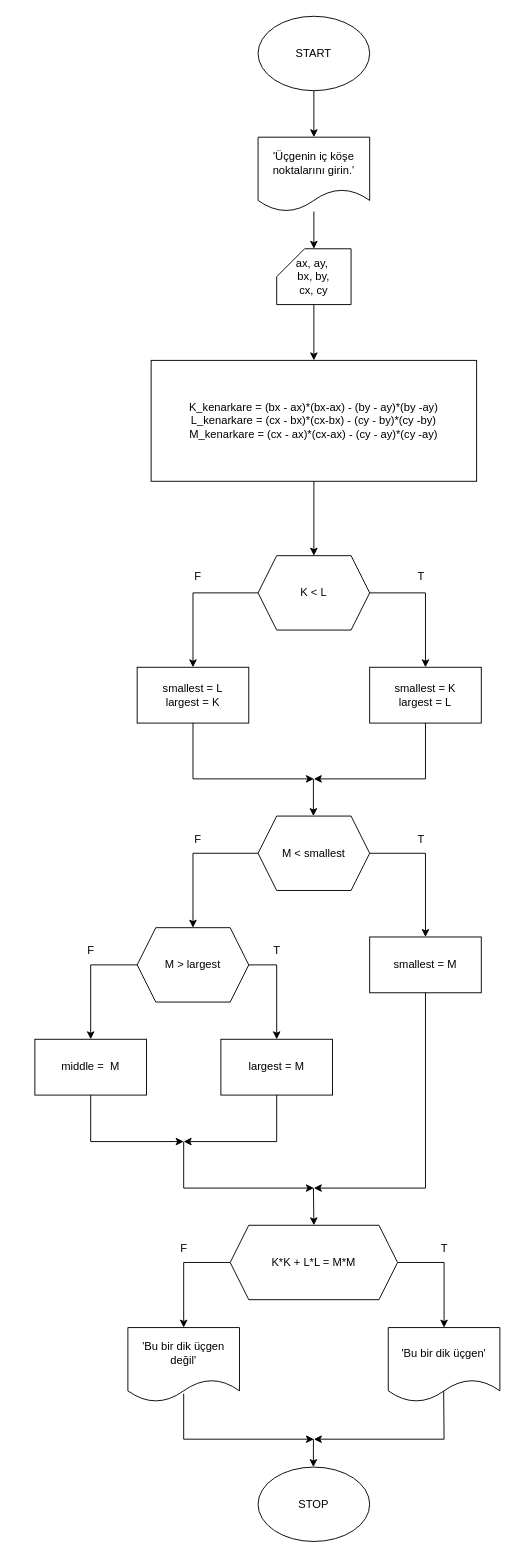
This is yeniDikUcgen.drawio from zeyneppkts/flow-charts, a draw.io file, before an edit. Source tidied: cells renumbered, new cells numbered last; positions are measured from the earlier drawing's top-left corner, leaving out a move shared by most shapes. Both pictures are drawn from the tidied source at 93%, with x=0, y=0 at pixel (34, 16).
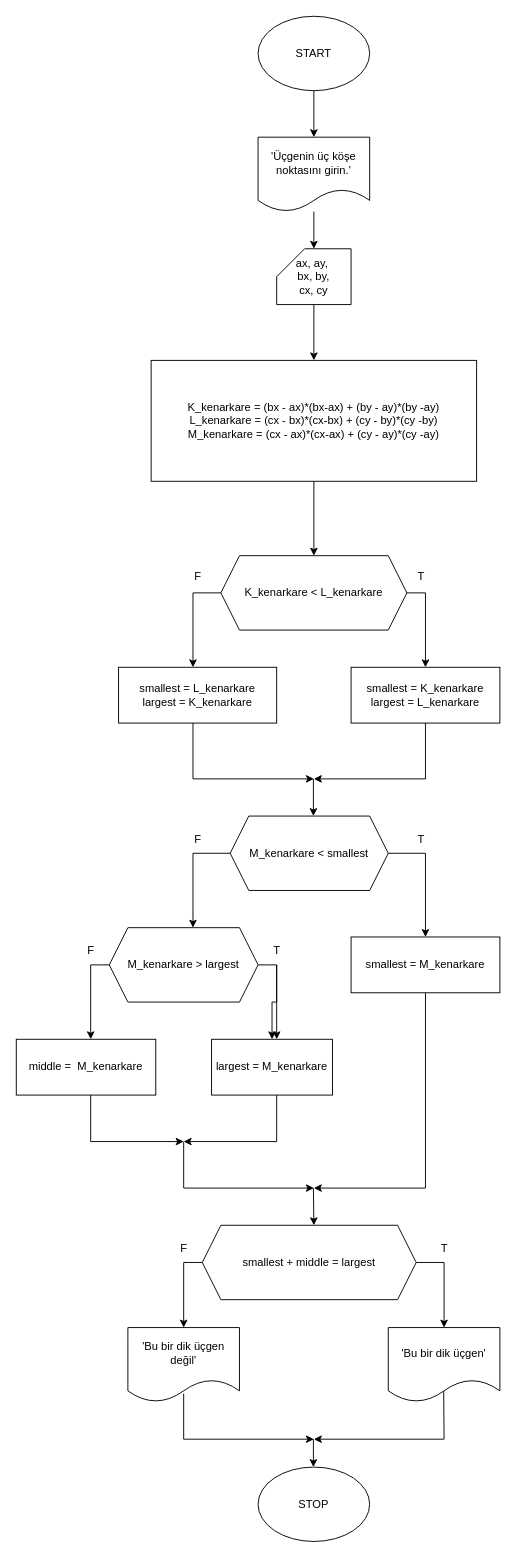
Above is the later version.

The change refers to these unchanged cells:
```xml
<mxCell id="36" value="T" style="text;html=1;align=center;verticalAlign=middle;points=[];strokeColor=none;fillColor=none;" parent="1" vertex="1">
  <mxGeometry x="245" y="990" width="30" height="30" as="geometry" />
</mxCell>
```

Diff of the diagram source:
```diff
@@
-    <mxCell id="5" value="'Üçgenin iç köşe noktalarını girin.'" style="shape=document;whiteSpace=wrap;html=1;boundedLbl=1;" parent="1" vertex="1">
+    <mxCell id="5" value="'Üçgenin üç köşe noktasını girin.'" style="shape=document;whiteSpace=wrap;html=1;boundedLbl=1;" parent="1" vertex="1">
       <mxGeometry x="240" y="130" width="120" height="80" as="geometry" />
     </mxCell>
@@
-    <mxCell id="9" value="&lt;div&gt;K_kenarkare = (bx - ax)*(bx-ax) - (by - ay)*(by -ay)&lt;/div&gt;&lt;div&gt;L_kenarkare = (cx - bx)*(cx-bx) - (cy - by)*(cy -by)&lt;/div&gt;&lt;div&gt;M_kenarkare = (cx - ax)*(cx-ax) - (cy - ay)*(cy -ay)&lt;/div&gt;" style="rounded=0;whiteSpace=wrap;html=1;" parent="1" vertex="1">
+    <mxCell id="9" value="&lt;div&gt;K_kenarkare = (bx - ax)*(bx-ax) + (by - ay)*(by -ay)&lt;/div&gt;&lt;div&gt;L_kenarkare = (cx - bx)*(cx-bx) + (cy - by)*(cy -by)&lt;/div&gt;&lt;div&gt;M_kenarkare = (cx - ax)*(cx-ax) + (cy - ay)*(cy -ay)&lt;/div&gt;" style="rounded=0;whiteSpace=wrap;html=1;" parent="1" vertex="1">
       <mxGeometry x="125" y="370" width="350" height="130" as="geometry" />
     </mxCell>
-    <mxCell id="10" value="K &amp;lt; L" style="shape=hexagon;perimeter=hexagonPerimeter2;whiteSpace=wrap;html=1;fixedSize=1;" parent="1" vertex="1">
-      <mxGeometry x="240" y="580" width="120" height="80" as="geometry" />
+    <mxCell id="10" value="K_kenarkare &amp;lt; L_kenarkare" style="shape=hexagon;perimeter=hexagonPerimeter2;whiteSpace=wrap;html=1;fixedSize=1;" parent="1" vertex="1">
+      <mxGeometry x="200" y="580" width="200" height="80" as="geometry" />
     </mxCell>
@@
-    <mxCell id="12" style="endArrow=classic;html=1;rounded=0;" parent="1" edge="1">
+    <mxCell id="12" style="endArrow=classic;html=1;rounded=0;exitX=0;exitY=0.5;exitDx=0;exitDy=0;" parent="1" edge="1" source="10">
       <mxGeometry relative="1" as="geometry">
-        <mxPoint x="240" y="620" as="sourcePoint" />
         <mxPoint x="170" y="700" as="targetPoint" />
         <Array as="points">
           <mxPoint x="170" y="620" />
         </Array>
       </mxGeometry>
     </mxCell>
@@
-    <mxCell id="15" value="&lt;div&gt;smallest = K&lt;/div&gt;&lt;div&gt;largest = L&lt;br&gt;&lt;/div&gt;" style="rounded=0;whiteSpace=wrap;html=1;" parent="1" vertex="1">
-      <mxGeometry x="360" y="700" width="120" height="60" as="geometry" />
+    <mxCell id="15" value="&lt;div&gt;smallest = K_kenarkare&lt;/div&gt;&lt;div&gt;largest = L_kenarkare&lt;br&gt;&lt;/div&gt;" style="rounded=0;whiteSpace=wrap;html=1;" parent="1" vertex="1">
+      <mxGeometry x="340" y="700" width="160" height="60" as="geometry" />
     </mxCell>
-    <mxCell id="16" value="&lt;div&gt;smallest = L&lt;/div&gt;&lt;div&gt;largest = K&lt;br&gt;&lt;/div&gt;" style="rounded=0;whiteSpace=wrap;html=1;" parent="1" vertex="1">
-      <mxGeometry x="110" y="700" width="120" height="60" as="geometry" />
+    <mxCell id="16" value="&lt;div&gt;smallest = L_kenarkare&lt;/div&gt;&lt;div&gt;largest = K_kenarkare&lt;br&gt;&lt;/div&gt;" style="rounded=0;whiteSpace=wrap;html=1;" parent="1" vertex="1">
+      <mxGeometry x="90" y="700" width="170" height="60" as="geometry" />
     </mxCell>
@@
-    <mxCell id="20" value="M &amp;lt; smallest" style="shape=hexagon;perimeter=hexagonPerimeter2;whiteSpace=wrap;html=1;fixedSize=1;" parent="1" vertex="1">
-      <mxGeometry x="240" y="860" width="120" height="80" as="geometry" />
+    <mxCell id="20" value="M_kenarkare &amp;lt; smallest" style="shape=hexagon;perimeter=hexagonPerimeter2;whiteSpace=wrap;html=1;fixedSize=1;" parent="1" vertex="1">
+      <mxGeometry x="210" y="860" width="170" height="80" as="geometry" />
     </mxCell>
-    <mxCell id="21" style="endArrow=classic;html=1;rounded=0;entryX=0.5;entryY=0;entryDx=0;entryDy=0;" parent="1" edge="1" target="23">
+    <mxCell id="21" style="endArrow=classic;html=1;rounded=0;entryX=0.5;entryY=0;entryDx=0;entryDy=0;exitX=1;exitY=0.5;exitDx=0;exitDy=0;" parent="1" edge="1" source="20" target="23">
       <mxGeometry relative="1" as="geometry">
-        <mxPoint x="360" y="900" as="sourcePoint" />
         <Array as="points">
           <mxPoint x="420" y="900" />
         </Array>
       </mxGeometry>
     </mxCell>
-    <mxCell id="22" style="endArrow=classic;html=1;rounded=0;" parent="1" edge="1">
+    <mxCell id="22" style="endArrow=classic;html=1;rounded=0;exitX=0;exitY=0.5;exitDx=0;exitDy=0;" parent="1" edge="1" source="20">
       <mxGeometry relative="1" as="geometry">
-        <mxPoint x="240" y="900" as="sourcePoint" />
         <mxPoint x="170" y="980" as="targetPoint" />
         <Array as="points">
           <mxPoint x="170" y="900" />
         </Array>
       </mxGeometry>
     </mxCell>
-    <mxCell id="23" value="smallest = M" style="rounded=0;whiteSpace=wrap;html=1;" parent="1" vertex="1">
-      <mxGeometry x="360" y="990" width="120" height="60" as="geometry" />
+    <mxCell id="23" value="&lt;div&gt;smallest = M_kenarkare&lt;/div&gt;" style="rounded=0;whiteSpace=wrap;html=1;" parent="1" vertex="1">
+      <mxGeometry x="340" y="990" width="160" height="60" as="geometry" />
     </mxCell>
-    <mxCell id="24" value="M &amp;gt; largest" style="shape=hexagon;perimeter=hexagonPerimeter2;whiteSpace=wrap;html=1;fixedSize=1;" parent="1" vertex="1">
-      <mxGeometry x="110" y="980" width="120" height="80" as="geometry" />
+    <mxCell id="24" value="M_kenarkare &amp;gt; largest" style="shape=hexagon;perimeter=hexagonPerimeter2;whiteSpace=wrap;html=1;fixedSize=1;" parent="1" vertex="1">
+      <mxGeometry x="80" y="980" width="160" height="80" as="geometry" />
     </mxCell>
-    <mxCell id="25" style="endArrow=classic;html=1;rounded=0;" parent="1" edge="1">
+    <mxCell id="25" style="endArrow=classic;html=1;rounded=0;exitX=1;exitY=0.5;exitDx=0;exitDy=0;" parent="1" edge="1" source="24">
       <mxGeometry relative="1" as="geometry">
-        <mxPoint x="230" y="1020" as="sourcePoint" />
         <mxPoint x="260" y="1100" as="targetPoint" />
         <Array as="points">
           <mxPoint x="260" y="1020" />
         </Array>
       </mxGeometry>
     </mxCell>
-    <mxCell id="26" value="largest = M" style="rounded=0;whiteSpace=wrap;html=1;" parent="1" vertex="1">
-      <mxGeometry x="200" y="1100" width="120" height="60" as="geometry" />
+    <mxCell id="26" value="largest = M_kenarkare" style="rounded=0;whiteSpace=wrap;html=1;" parent="1" vertex="1">
+      <mxGeometry x="190" y="1100" width="130" height="60" as="geometry" />
     </mxCell>
-    <mxCell id="27" style="endArrow=classic;html=1;rounded=0;" parent="1" edge="1">
+    <mxCell id="27" style="endArrow=classic;html=1;rounded=0;exitX=0;exitY=0.5;exitDx=0;exitDy=0;" parent="1" edge="1" source="24">
       <mxGeometry relative="1" as="geometry">
-        <mxPoint x="110" y="1020" as="sourcePoint" />
         <mxPoint x="60" y="1100" as="targetPoint" />
         <Array as="points">
           <mxPoint x="60" y="1020" />
         </Array>
       </mxGeometry>
     </mxCell>
-    <mxCell id="28" value="middle =&amp;nbsp; M" style="rounded=0;whiteSpace=wrap;html=1;" parent="1" vertex="1">
-      <mxGeometry y="1100" width="120" height="60" as="geometry" />
+    <mxCell id="28" value="middle =&amp;nbsp; M_kenarkare" style="rounded=0;whiteSpace=wrap;html=1;" parent="1" vertex="1">
+      <mxGeometry x="-20" y="1100" width="150" height="60" as="geometry" />
     </mxCell>
@@
+    <mxCell id="50" style="edgeStyle=orthogonalEdgeStyle;rounded=0;jettySize=auto;html=1;" parent="1" edge="1" source="36" target="26">
+      <mxGeometry relative="1" as="geometry" />
+    </mxCell>
@@
-    <mxCell id="41" value="K*K + L*L = M*M" style="shape=hexagon;perimeter=hexagonPerimeter2;whiteSpace=wrap;html=1;fixedSize=1;" parent="1" vertex="1">
-      <mxGeometry x="210" y="1300" width="180" height="80" as="geometry" />
+    <mxCell id="41" value="smallest + middle = largest" style="shape=hexagon;perimeter=hexagonPerimeter2;whiteSpace=wrap;html=1;fixedSize=1;" parent="1" vertex="1">
+      <mxGeometry x="180" y="1300" width="230" height="80" as="geometry" />
     </mxCell>
```
